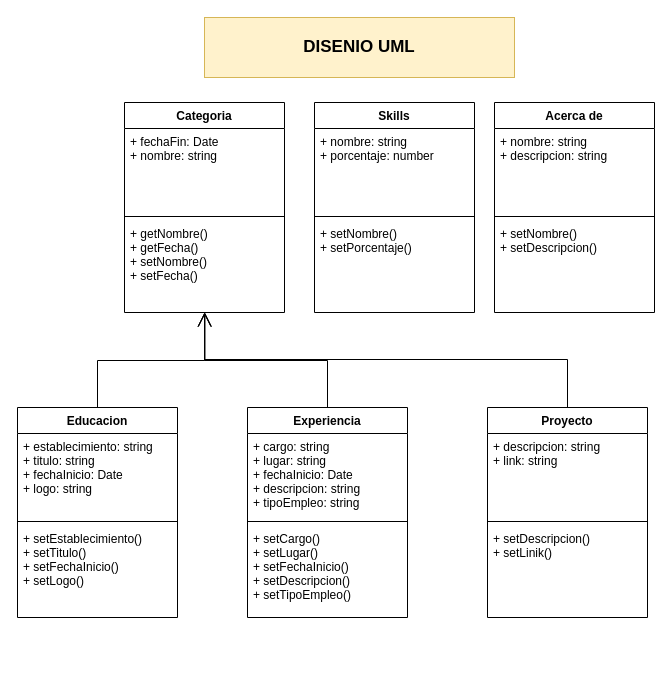
Above: page "UML" (2 of 2) of database/DERv2.drawio in pablovede/portfolioArgPrograma (draw.io), before the change. Source tidied: cells renumbered, new cells numbered last; positions are measured from the earlier drawing's top-left corner, leaving out a move shared by most shapes. Both pictures are drawn from the tidied source at 100%, with x=0, y=0 at pixel (17, 17).
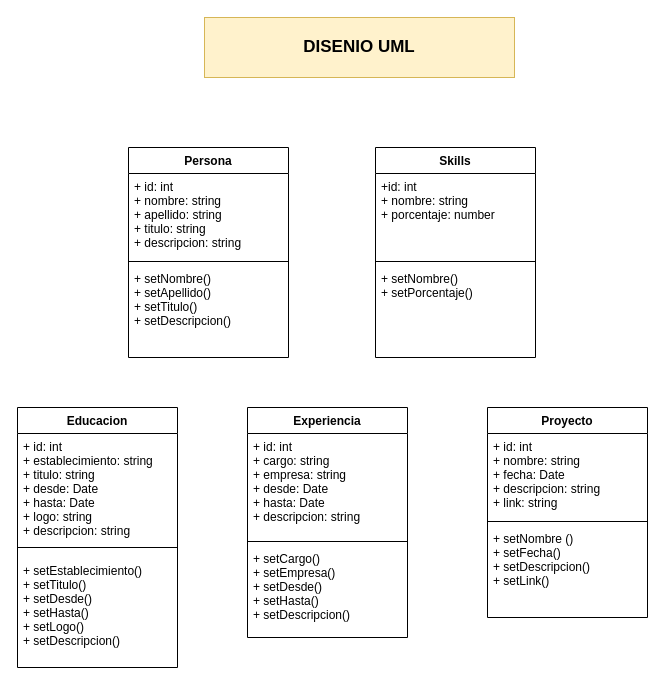
The same diagram, later.

The change refers to these unchanged cells:
```xml
<mxCell id="13" value="Proyecto" style="swimlane;fontStyle=1;align=center;verticalAlign=top;horizontal=1;startSize=26;swimlaneFillColor=default;" parent="1" vertex="1">
  <mxGeometry x="470" y="390" width="160" height="210" as="geometry" />
</mxCell>
```

What changed in the source:
```diff
@@
-    <mxCell id="3" value="Categoria" style="swimlane;fontStyle=1;align=center;verticalAlign=top;horizontal=1;startSize=26;swimlaneFillColor=default;" parent="1" vertex="1">
-      <mxGeometry x="107" y="85" width="160" height="210" as="geometry" />
-    </mxCell>
-    <mxCell id="4" value="+ fechaFin: Date&#10;+ nombre: string" style="text;strokeColor=none;fillColor=none;align=left;verticalAlign=top;spacingLeft=4;spacingRight=4;overflow=hidden;" parent="3" vertex="1">
-      <mxGeometry y="26" width="160" height="84" as="geometry" />
-    </mxCell>
-    <mxCell id="5" style="line;strokeWidth=1;fillColor=none;align=left;verticalAlign=middle;spacingTop=-1;spacingLeft=3;spacingRight=3;labelPosition=right;" parent="3" vertex="1">
-      <mxGeometry y="110" width="160" height="8" as="geometry" />
-    </mxCell>
-    <mxCell id="6" value="+ getNombre()&#10;+ getFecha()&#10;+ setNombre()&#10;+ setFecha()" style="text;strokeColor=none;fillColor=none;align=left;verticalAlign=top;spacingLeft=4;spacingRight=4;overflow=hidden;points=[[0,0.5],[1,0.5]];portConstraint=eastwest;" parent="3" vertex="1">
-      <mxGeometry y="118" width="160" height="92" as="geometry" />
-    </mxCell>
-    <mxCell id="7" style="endArrow=open;endFill=1;endSize=12;html=1;rounded=0;exitX=0.5;exitY=0;exitDx=0;exitDy=0;edgeStyle=elbowEdgeStyle;elbow=vertical;" parent="1" edge="1" source="17" target="6">
-      <mxGeometry relative="1" as="geometry" />
-    </mxCell>
     <mxCell id="8" value="Experiencia" style="swimlane;fontStyle=1;align=center;verticalAlign=top;horizontal=1;startSize=26;swimlaneFillColor=default;" parent="1" vertex="1">
-      <mxGeometry x="230" y="390" width="160" height="210" as="geometry" />
+      <mxGeometry x="230" y="390" width="160" height="230" as="geometry" />
     </mxCell>
-    <mxCell id="9" value="+ cargo: string&#10;+ lugar: string&#10;+ fechaInicio: Date&#10;+ descripcion: string&#10;+ tipoEmpleo: string" style="text;strokeColor=none;fillColor=none;align=left;verticalAlign=top;spacingLeft=4;spacingRight=4;overflow=hidden;" parent="8" vertex="1">
-      <mxGeometry y="26" width="160" height="84" as="geometry" />
+    <mxCell id="9" value="+ id: int&#10;+ cargo: string&#10;+ empresa: string&#10;+ desde: Date&#10;+ hasta: Date&#10;+ descripcion: string" style="text;strokeColor=none;fillColor=none;align=left;verticalAlign=top;spacingLeft=4;spacingRight=4;overflow=hidden;" parent="8" vertex="1">
+      <mxGeometry y="26" width="160" height="104" as="geometry" />
     </mxCell>
     <mxCell id="10" style="line;strokeWidth=1;fillColor=none;align=left;verticalAlign=middle;spacingTop=-1;spacingLeft=3;spacingRight=3;labelPosition=right;" parent="8" vertex="1">
-      <mxGeometry y="110" width="160" height="8" as="geometry" />
+      <mxGeometry y="130" width="160" height="8" as="geometry" />
     </mxCell>
-    <mxCell id="11" value="+ setCargo()&#10;+ setLugar()&#10;+ setFechaInicio()&#10;+ setDescripcion()&#10;+ setTipoEmpleo()" style="text;strokeColor=none;fillColor=none;align=left;verticalAlign=top;spacingLeft=4;spacingRight=4;overflow=hidden;" parent="8" vertex="1">
-      <mxGeometry y="118" width="160" height="92" as="geometry" />
+    <mxCell id="11" value="+ setCargo()&#10;+ setEmpresa()&#10;+ setDesde()&#10;+ setHasta()&#10;+ setDescripcion()" style="text;strokeColor=none;fillColor=none;align=left;verticalAlign=top;spacingLeft=4;spacingRight=4;overflow=hidden;" parent="8" vertex="1">
+      <mxGeometry y="138" width="160" height="92" as="geometry" />
     </mxCell>
-    <mxCell id="12" style="endArrow=open;endFill=1;endSize=12;html=1;rounded=0;exitX=0.5;exitY=0;exitDx=0;exitDy=0;edgeStyle=elbowEdgeStyle;elbow=vertical;entryX=0.5;entryY=1;entryDx=0;entryDy=0;entryPerimeter=0;" parent="1" edge="1" source="8" target="6">
-      <mxGeometry relative="1" as="geometry" />
-    </mxCell>
@@
-    <mxCell id="14" value="+ descripcion: string&#10;+ link: string" style="text;strokeColor=none;fillColor=none;align=left;verticalAlign=top;spacingLeft=4;spacingRight=4;overflow=hidden;" parent="13" vertex="1">
+    <mxCell id="14" value="+ id: int&#10;+ nombre: string&#10;+ fecha: Date&#10;+ descripcion: string&#10;+ link: string" style="text;strokeColor=none;fillColor=none;align=left;verticalAlign=top;spacingLeft=4;spacingRight=4;overflow=hidden;" parent="13" vertex="1">
       <mxGeometry y="26" width="160" height="84" as="geometry" />
     </mxCell>
@@
-    <mxCell id="16" value="+ setDescripcion()&#10;+ setLinik() " style="text;strokeColor=none;fillColor=none;align=left;verticalAlign=top;spacingLeft=4;spacingRight=4;overflow=hidden;" parent="13" vertex="1">
+    <mxCell id="16" value="+ setNombre ()&#10;+ setFecha()&#10;+ setDescripcion()&#10;+ setLink() " style="text;strokeColor=none;fillColor=none;align=left;verticalAlign=top;spacingLeft=4;spacingRight=4;overflow=hidden;" parent="13" vertex="1">
       <mxGeometry y="118" width="160" height="92" as="geometry" />
     </mxCell>
     <mxCell id="17" value="Educacion" style="swimlane;fontStyle=1;align=center;verticalAlign=top;horizontal=1;startSize=26;swimlaneFillColor=default;" parent="1" vertex="1">
-      <mxGeometry y="390" width="160" height="210" as="geometry" />
+      <mxGeometry y="390" width="160" height="260" as="geometry" />
     </mxCell>
-    <mxCell id="18" value="+ establecimiento: string&#10;+ titulo: string&#10;+ fechaInicio: Date&#10;+ logo: string" style="text;strokeColor=none;fillColor=none;align=left;verticalAlign=top;spacingLeft=4;spacingRight=4;overflow=hidden;" parent="17" vertex="1">
-      <mxGeometry y="26" width="160" height="84" as="geometry" />
+    <mxCell id="18" value="+ id: int&#10;+ establecimiento: string&#10;+ titulo: string&#10;+ desde: Date&#10;+ hasta: Date&#10;+ logo: string&#10;+ descripcion: string" style="text;strokeColor=none;fillColor=none;align=left;verticalAlign=top;spacingLeft=4;spacingRight=4;overflow=hidden;" parent="17" vertex="1">
+      <mxGeometry y="26" width="160" height="104" as="geometry" />
     </mxCell>
     <mxCell id="19" style="line;strokeWidth=1;fillColor=none;align=left;verticalAlign=middle;spacingTop=-1;spacingLeft=3;spacingRight=3;labelPosition=right;" parent="17" vertex="1">
-      <mxGeometry y="110" width="160" height="8" as="geometry" />
+      <mxGeometry y="130" width="160" height="20" as="geometry" />
     </mxCell>
-    <mxCell id="20" value="+ setEstablecimiento()&#10;+ setTitulo()&#10;+ setFechaInicio()&#10;+ setLogo()" style="text;strokeColor=none;fillColor=none;align=left;verticalAlign=top;spacingLeft=4;spacingRight=4;overflow=hidden;" parent="17" vertex="1">
-      <mxGeometry y="118" width="160" height="92" as="geometry" />
+    <mxCell id="20" value="+ setEstablecimiento()&#10;+ setTitulo()&#10;+ setDesde()&#10;+ setHasta()&#10;+ setLogo()&#10;+ setDescripcion()" style="text;strokeColor=none;fillColor=none;align=left;verticalAlign=top;spacingLeft=4;spacingRight=4;overflow=hidden;" parent="17" vertex="1">
+      <mxGeometry y="150" width="160" height="110" as="geometry" />
     </mxCell>
-    <mxCell id="21" style="endArrow=open;endFill=1;endSize=12;html=1;rounded=0;exitX=0.5;exitY=0;exitDx=0;exitDy=0;edgeStyle=elbowEdgeStyle;elbow=vertical;entryX=0.503;entryY=0.999;entryDx=0;entryDy=0;entryPerimeter=0;" parent="1" edge="1" source="13" target="6">
-      <mxGeometry relative="1" as="geometry" />
-    </mxCell>
     <mxCell id="22" value="Skills" style="swimlane;fontStyle=1;align=center;verticalAlign=top;horizontal=1;startSize=26;swimlaneFillColor=default;" parent="1" vertex="1">
-      <mxGeometry x="297" y="85" width="160" height="210" as="geometry" />
+      <mxGeometry x="358" y="130" width="160" height="210" as="geometry" />
     </mxCell>
-    <mxCell id="23" value="+ nombre: string&#10;+ porcentaje: number" style="text;strokeColor=none;fillColor=none;align=left;verticalAlign=top;spacingLeft=4;spacingRight=4;overflow=hidden;" parent="22" vertex="1">
+    <mxCell id="23" value="+id: int&#10;+ nombre: string&#10;+ porcentaje: number" style="text;strokeColor=none;fillColor=none;align=left;verticalAlign=top;spacingLeft=4;spacingRight=4;overflow=hidden;" parent="22" vertex="1">
       <mxGeometry y="26" width="160" height="84" as="geometry" />
     </mxCell>
@@
-    <mxCell id="26" value="Acerca de" style="swimlane;fontStyle=1;align=center;verticalAlign=top;horizontal=1;startSize=26;swimlaneFillColor=default;" parent="1" vertex="1">
-      <mxGeometry x="477" y="85" width="160" height="210" as="geometry" />
-    </mxCell>
-    <mxCell id="27" value="+ nombre: string&#10;+ descripcion: string" style="text;strokeColor=none;fillColor=none;align=left;verticalAlign=top;spacingLeft=4;spacingRight=4;overflow=hidden;" parent="26" vertex="1">
-      <mxGeometry y="26" width="160" height="84" as="geometry" />
-    </mxCell>
-    <mxCell id="28" style="line;strokeWidth=1;fillColor=none;align=left;verticalAlign=middle;spacingTop=-1;spacingLeft=3;spacingRight=3;labelPosition=right;" parent="26" vertex="1">
-      <mxGeometry y="110" width="160" height="8" as="geometry" />
-    </mxCell>
-    <mxCell id="29" value="+ setNombre()&#10;+ setDescripcion()" style="text;strokeColor=none;fillColor=none;align=left;verticalAlign=top;spacingLeft=4;spacingRight=4;overflow=hidden;" parent="26" vertex="1">
-      <mxGeometry y="118" width="160" height="92" as="geometry" />
-    </mxCell>
+    <mxCell id="30" value="Persona" style="swimlane;fontStyle=1;align=center;verticalAlign=top;horizontal=1;startSize=26;swimlaneFillColor=default;" parent="1" vertex="1">
+      <mxGeometry x="111" y="130" width="160" height="210" as="geometry" />
+    </mxCell>
+    <mxCell id="31" value="+ id: int&#10;+ nombre: string&#10;+ apellido: string&#10;+ titulo: string&#10;+ descripcion: string " style="text;strokeColor=none;fillColor=none;align=left;verticalAlign=top;spacingLeft=4;spacingRight=4;overflow=hidden;" parent="30" vertex="1">
+      <mxGeometry y="26" width="160" height="84" as="geometry" />
+    </mxCell>
+    <mxCell id="32" style="line;strokeWidth=1;fillColor=none;align=left;verticalAlign=middle;spacingTop=-1;spacingLeft=3;spacingRight=3;labelPosition=right;" parent="30" vertex="1">
+      <mxGeometry y="110" width="160" height="8" as="geometry" />
+    </mxCell>
+    <mxCell id="33" value="+ setNombre()&#10;+ setApellido()&#10;+ setTitulo()&#10;+ setDescripcion()" style="text;strokeColor=none;fillColor=none;align=left;verticalAlign=top;spacingLeft=4;spacingRight=4;overflow=hidden;" parent="30" vertex="1">
+      <mxGeometry y="118" width="160" height="92" as="geometry" />
+    </mxCell>
```
